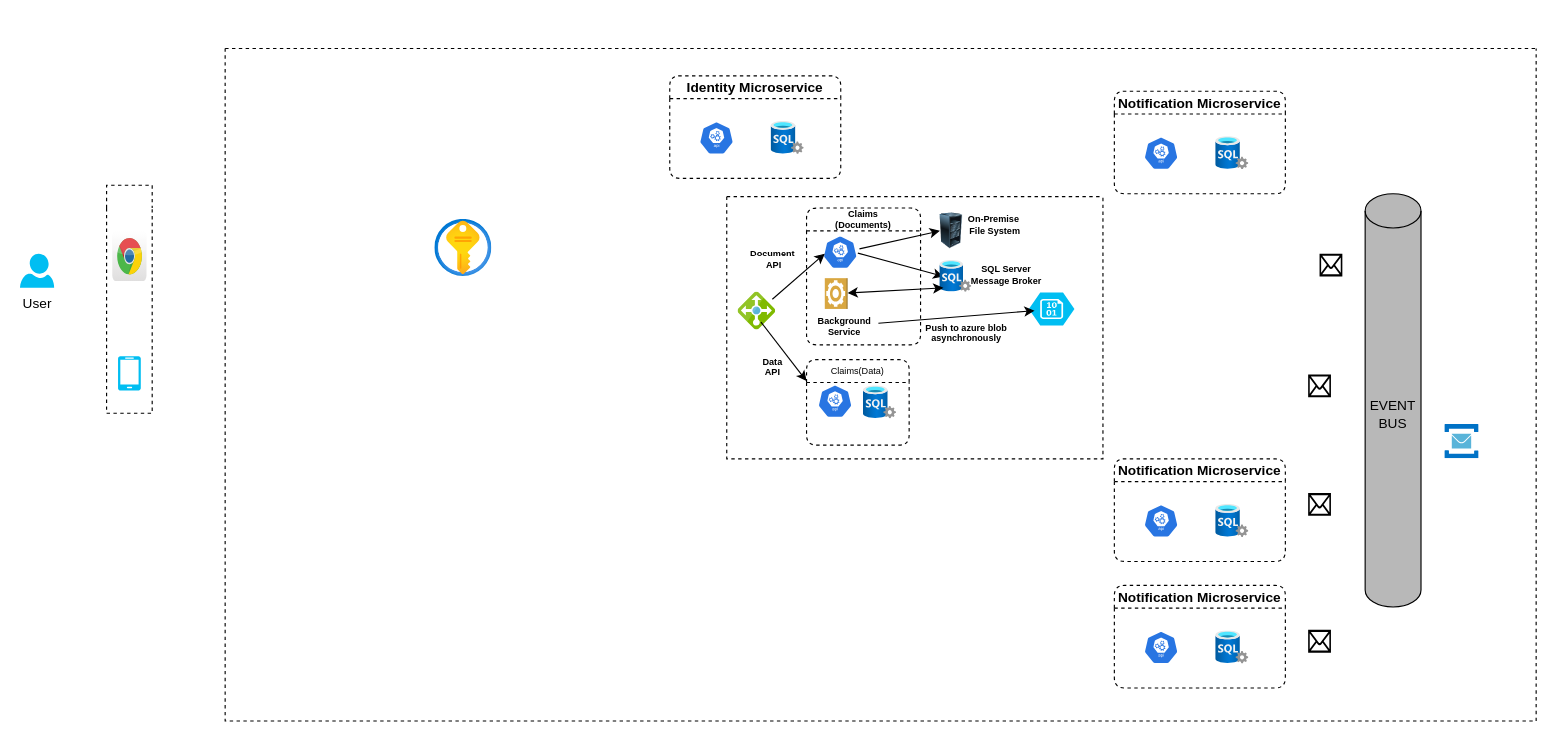
rahulpandey1589/solution-diagrams keeps this draw.io diagram as solution-diagram.drawio. Above is the earlier version. Source tidied: cells renumbered, new cells numbered last; positions are measured from the earlier drawing's top-left corner, leaving out a move shared by most shapes. Both pictures are drawn from the tidied source at 114%, with x=0, y=0 at pixel (19, 48).
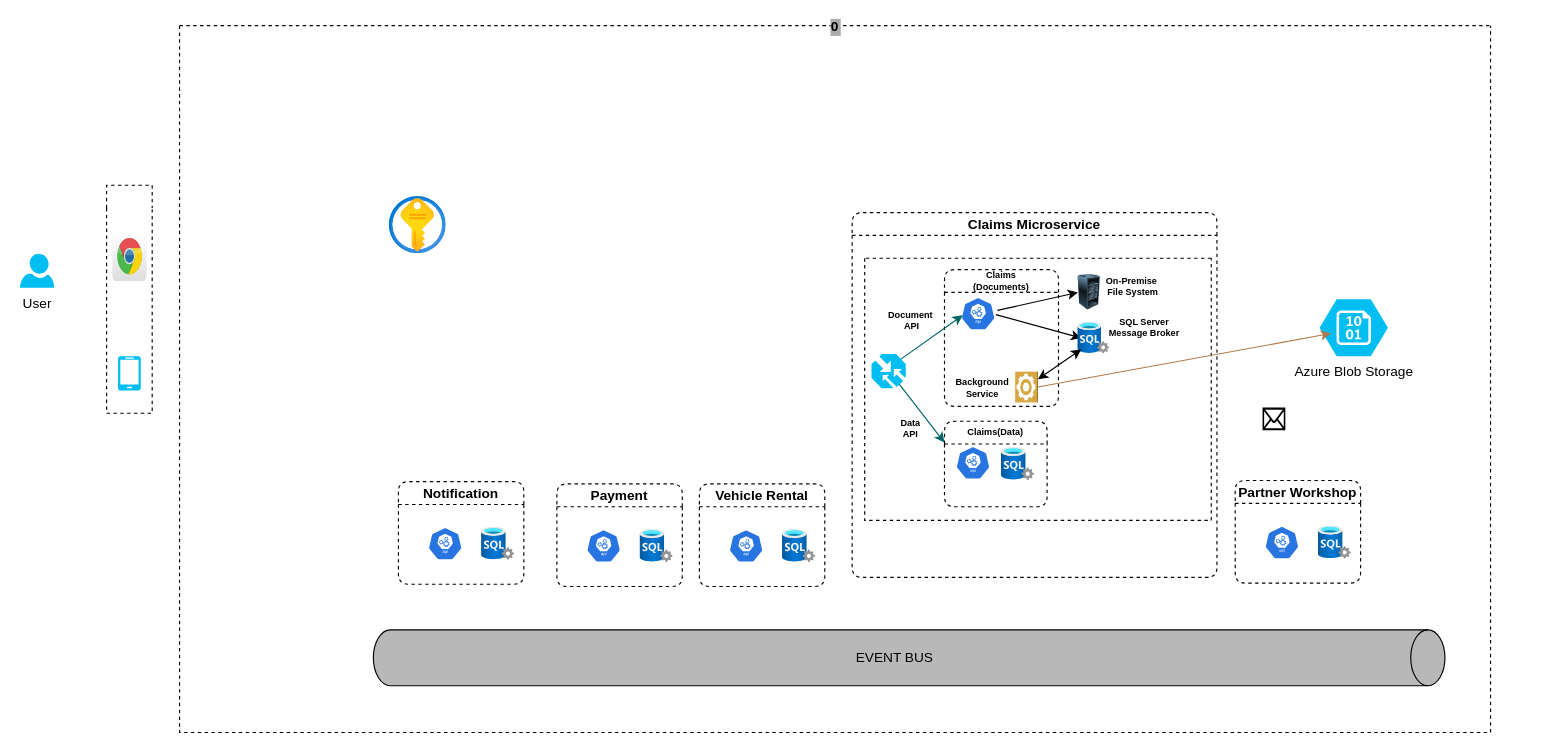
The same page after the edit.

Unchanged cells that the change refers to:
```xml
<mxCell id="29" value="Claims &#10;(Documents)" style="swimlane;startSize=20;glass=0;swimlaneLine=1;dashed=1;strokeWidth=1;swimlaneFillColor=none;rounded=1;shadow=0;sketch=0;swimlaneHead=1;horizontal=1;noLabel=0;fontStyle=1;fontSize=8;" parent="27" vertex="1">
  <mxGeometry x="70" y="10" width="100" height="120" as="geometry" />
</mxCell>
<mxCell id="31" value="Background&lt;br&gt;Service" style="text;html=1;align=center;verticalAlign=middle;points=[];strokeColor=none;fillColor=none;fontFamily=Helvetica;fontSize=8;fontStyle=1;" parent="29" vertex="1">
  <mxGeometry x="3" y="88.5" width="60" height="30" as="geometry" />
</mxCell>
```

What changed in the source:
```diff
@@
-    <mxCell id="6" style="swimlane;startSize=0;labelBackgroundColor=#ADADAD;fillColor=#969696;dashed=1;" parent="1" vertex="1">
-      <mxGeometry x="180" width="1150" height="590" as="geometry" />
+    <mxCell id="6" value="0" style="swimlane;startSize=0;labelBackgroundColor=#ADADAD;fillColor=#969696;dashed=1;" parent="1" vertex="1">
+      <mxGeometry x="140" y="-20" width="1150" height="620" as="geometry" />
     </mxCell>
-    <mxCell id="7" style="sketch=0;html=1;align=center;image;fontSize=12;image=img/lib/mscae/Service_Bus.svg;labelBackgroundColor=#ADADAD;fillColor=#969696;" parent="6" vertex="1">
-      <mxGeometry x="1070" y="330" width="30" height="30" as="geometry" />
-    </mxCell>
@@
-    <mxCell id="9" value="Identity Microservice" style="swimlane;startSize=20;glass=0;swimlaneLine=1;dashed=1;strokeWidth=1;swimlaneFillColor=none;rounded=1;shadow=0;sketch=0;swimlaneHead=1;horizontal=1;noLabel=0;" parent="6" vertex="1">
-      <mxGeometry x="390" y="24" width="150" height="90" as="geometry" />
-    </mxCell>
-    <mxCell id="10" style="sketch=0;html=1;dashed=0;whitespace=wrap;fillColor=#2875E2;strokeColor=#ffffff;shape=mxgraph.kubernetes.icon;prIcon=api;" parent="9" vertex="1">
-      <mxGeometry x="16" y="40" width="50" height="29" as="geometry" />
-    </mxCell>
-    <mxCell id="11" style="html=1;align=center;image;fontSize=12;image=img/lib/azure2/databases/SQL_Server.svg;" parent="9" vertex="1">
-      <mxGeometry x="89" y="40" width="29" height="29" as="geometry" />
-    </mxCell>
@@
-    <mxCell id="13" value="EVENT BUS" style="shape=cylinder3;whiteSpace=wrap;boundedLbl=1;backgroundOutline=1;size=15;fillColor=#B8B8B8;align=center;direction=east;labelPosition=center;verticalLabelPosition=middle;verticalAlign=middle;labelBackgroundColor=none;labelBorderColor=none;html=1;" parent="6" vertex="1">
-      <mxGeometry x="1000" y="127.5" width="49" height="362.5" as="geometry" />
+    <mxCell id="13" value="EVENT BUS" style="shape=cylinder3;whiteSpace=wrap;boundedLbl=1;backgroundOutline=1;size=15;fillColor=#B8B8B8;align=center;direction=south;labelPosition=center;verticalLabelPosition=middle;verticalAlign=middle;labelBackgroundColor=none;labelBorderColor=none;html=1;" parent="6" vertex="1">
+      <mxGeometry x="170" y="530" width="940" height="49" as="geometry" />
     </mxCell>
-    <mxCell id="14" value="Notification Microservice" style="swimlane;startSize=20;glass=0;swimlaneLine=1;dashed=1;strokeWidth=1;swimlaneFillColor=none;rounded=1;shadow=0;sketch=0;swimlaneHead=1;horizontal=1;noLabel=0;" parent="6" vertex="1">
-      <mxGeometry x="780" y="37.5" width="150" height="90" as="geometry" />
+    <mxCell id="14" value="Notification" style="swimlane;startSize=20;glass=0;swimlaneLine=1;dashed=1;strokeWidth=1;swimlaneFillColor=none;rounded=1;shadow=0;sketch=0;swimlaneHead=1;horizontal=1;noLabel=0;" parent="6" vertex="1">
+      <mxGeometry x="192" y="400" width="110" height="90" as="geometry" />
     </mxCell>
@@
     <mxCell id="16" style="html=1;align=center;image;fontSize=12;image=img/lib/azure2/databases/SQL_Server.svg;" parent="14" vertex="1">
-      <mxGeometry x="89" y="40" width="29" height="29" as="geometry" />
+      <mxGeometry x="73" y="40" width="29" height="29" as="geometry" />
     </mxCell>
-    <mxCell id="17" value="Notification Microservice" style="swimlane;startSize=20;glass=0;swimlaneLine=1;dashed=1;strokeWidth=1;swimlaneFillColor=none;rounded=1;shadow=0;sketch=0;swimlaneHead=1;horizontal=1;noLabel=0;" parent="6" vertex="1">
-      <mxGeometry x="780" y="360" width="150" height="90" as="geometry" />
-    </mxCell>
-    <mxCell id="18" style="sketch=0;html=1;dashed=0;whitespace=wrap;fillColor=#2875E2;strokeColor=#ffffff;shape=mxgraph.kubernetes.icon;prIcon=api;" parent="17" vertex="1">
-      <mxGeometry x="16" y="40" width="50" height="29" as="geometry" />
-    </mxCell>
-    <mxCell id="19" style="html=1;align=center;image;fontSize=12;image=img/lib/azure2/databases/SQL_Server.svg;" parent="17" vertex="1">
-      <mxGeometry x="89" y="40" width="29" height="29" as="geometry" />
-    </mxCell>
-    <mxCell id="20" value="Notification Microservice" style="swimlane;startSize=20;glass=0;swimlaneLine=1;dashed=1;strokeWidth=1;swimlaneFillColor=none;rounded=1;shadow=0;sketch=0;swimlaneHead=1;horizontal=1;noLabel=0;" parent="6" vertex="1">
-      <mxGeometry x="780" y="471" width="150" height="90" as="geometry" />
-    </mxCell>
-    <mxCell id="21" style="sketch=0;html=1;dashed=0;whitespace=wrap;fillColor=#2875E2;strokeColor=#ffffff;shape=mxgraph.kubernetes.icon;prIcon=api;" parent="20" vertex="1">
-      <mxGeometry x="16" y="40" width="50" height="29" as="geometry" />
-    </mxCell>
-    <mxCell id="22" style="html=1;align=center;image;fontSize=12;image=img/lib/azure2/databases/SQL_Server.svg;" parent="20" vertex="1">
-      <mxGeometry x="89" y="40" width="29" height="29" as="geometry" />
-    </mxCell>
-    <mxCell id="23" style="shape=mxgraph.signs.tech.mail;html=1;fillColor=#000000;strokeColor=none;verticalLabelPosition=bottom;verticalAlign=top;align=center;" parent="6" vertex="1">
-      <mxGeometry x="950" y="510" width="20" height="20" as="geometry" />
-    </mxCell>
     <mxCell id="24" style="shape=mxgraph.signs.tech.mail;html=1;fillColor=#000000;strokeColor=none;verticalLabelPosition=bottom;verticalAlign=top;align=center;" parent="6" vertex="1">
-      <mxGeometry x="960" y="180" width="20" height="20" as="geometry" />
+      <mxGeometry x="950" y="335" width="20" height="20" as="geometry" />
     </mxCell>
-    <mxCell id="25" style="shape=mxgraph.signs.tech.mail;html=1;fillColor=#000000;strokeColor=none;verticalLabelPosition=bottom;verticalAlign=top;align=center;" parent="6" vertex="1">
-      <mxGeometry x="950" y="286" width="20" height="20" as="geometry" />
-    </mxCell>
-    <mxCell id="26" style="shape=mxgraph.signs.tech.mail;html=1;fillColor=#000000;strokeColor=none;verticalLabelPosition=bottom;verticalAlign=top;align=center;" parent="6" vertex="1">
-      <mxGeometry x="950" y="390" width="20" height="20" as="geometry" />
-    </mxCell>
+    <mxCell id="38" value="Azure Blob Storage&lt;br&gt;" style="verticalLabelPosition=bottom;html=1;verticalAlign=top;align=center;strokeColor=none;fillColor=#00BEF2;shape=mxgraph.azure.storage_blob;fontFamily=Helvetica;" parent="6" vertex="1">
+      <mxGeometry x="1000" y="240" width="60" height="50" as="geometry" />
+    </mxCell>
+    <mxCell id="51" value="Claims Microservice" style="swimlane;startSize=20;glass=0;swimlaneLine=1;dashed=1;strokeWidth=1;swimlaneFillColor=none;rounded=1;shadow=0;sketch=0;swimlaneHead=1;horizontal=1;noLabel=0;" parent="6" vertex="1">
+      <mxGeometry x="590" y="164" width="320" height="320" as="geometry" />
+    </mxCell>
-    <mxCell id="27" style="swimlane;startSize=0;fontFamily=Helvetica;fontSize=8;html=1;backgroundOutline=0;dashed=1;" parent="6" vertex="1">
-      <mxGeometry x="440" y="130" width="330" height="230" as="geometry" />
+    <mxCell id="27" style="swimlane;startSize=0;fontFamily=Helvetica;fontSize=8;html=1;backgroundOutline=0;dashed=1;noLabel=1;rounded=1;swimlaneLine=1;shadow=0;" parent="51" vertex="1">
+      <mxGeometry x="11" y="40" width="304" height="230" as="geometry" />
     </mxCell>
-    <mxCell id="28" style="sketch=0;html=1;align=center;image;fontSize=12;image=img/lib/mscae/Load_Balancer_feature.svg;fontFamily=Helvetica;" parent="27" vertex="1">
-      <mxGeometry x="10" y="84" width="33" height="33" as="geometry" />
-    </mxCell>
@@
     <mxCell id="32" style="outlineConnect=0;dashed=0;verticalLabelPosition=bottom;verticalAlign=top;align=center;html=1;shape=mxgraph.aws3.worker;fillColor=#D9A741;gradientColor=none;fontFamily=Helvetica;direction=north;" parent="29" vertex="1">
-      <mxGeometry x="16" y="61.5" width="20" height="27" as="geometry" />
+      <mxGeometry x="62" y="89.5" width="20" height="27" as="geometry" />
     </mxCell>
@@
-    <mxCell id="34" style="endArrow=classic;html=1;rounded=0;fontFamily=Helvetica;fontSize=8;" parent="29" edge="1">
+    <mxCell id="34" style="endArrow=classic;html=1;rounded=0;fontFamily=Helvetica;fontSize=8;exitX=0.86;exitY=0.15;exitDx=0;exitDy=0;exitPerimeter=0;fillColor=#dae8fc;strokeColor=#006666;" parent="29" edge="1" source="52">
       <mxGeometry relative="1" as="geometry">
-        <mxPoint x="-30" y="80" as="sourcePoint" />
         <mxPoint x="16" y="40" as="targetPoint" />
       </mxGeometry>
     </mxCell>
-    <mxCell id="35" value="Claims(Data)" style="swimlane;startSize=20;glass=0;swimlaneLine=1;dashed=1;strokeWidth=1;swimlaneFillColor=none;rounded=1;shadow=0;sketch=0;swimlaneHead=1;horizontal=1;noLabel=0;fontStyle=0;fontSize=8;" parent="27" vertex="1">
+    <mxCell id="35" value="Claims(Data)" style="swimlane;startSize=20;glass=0;swimlaneLine=1;dashed=1;strokeWidth=1;swimlaneFillColor=none;rounded=1;shadow=0;sketch=0;swimlaneHead=1;horizontal=1;noLabel=0;fontStyle=1;fontSize=8;" parent="27" vertex="1">
       <mxGeometry x="70" y="143" width="90" height="75" as="geometry" />
     </mxCell>
@@
-    <mxCell id="38" style="verticalLabelPosition=bottom;html=1;verticalAlign=top;align=center;strokeColor=none;fillColor=#00BEF2;shape=mxgraph.azure.storage_blob;fontFamily=Helvetica;" parent="27" vertex="1">
-      <mxGeometry x="265" y="84" width="40" height="29" as="geometry" />
-    </mxCell>
@@
     <mxCell id="43" value="SQL Server &lt;br&gt;Message Broker" style="text;html=1;align=center;verticalAlign=middle;strokeColor=none;fillColor=none;fontFamily=Helvetica;fontSize=8;fontStyle=1;" parent="27" vertex="1">
-      <mxGeometry x="205" y="54" width="80" height="30" as="geometry" />
+      <mxGeometry x="205" y="46" width="80" height="30" as="geometry" />
     </mxCell>
@@
-    <mxCell id="45" style="endArrow=classic;html=1;rounded=0;fontFamily=Helvetica;fontSize=8;" parent="27" edge="1" source="31">
-      <mxGeometry relative="1" as="geometry">
-        <mxPoint x="270" y="100" as="targetPoint" />
-      </mxGeometry>
-    </mxCell>
-    <mxCell id="46" value="&lt;br&gt;Push to azure blob&lt;br&gt;asynchronously" style="text;html=1;align=center;verticalAlign=middle;strokeColor=none;fillColor=none;fontFamily=Helvetica;fontSize=8;fontStyle=1;" parent="27" vertex="1">
-      <mxGeometry x="165" y="95" width="90" height="40" as="geometry" />
-    </mxCell>
-    <mxCell id="47" style="endArrow=classic;html=1;rounded=0;fontFamily=Helvetica;fontSize=8;entryX=0;entryY=0.25;entryDx=0;entryDy=0;" parent="27" edge="1" target="35">
+    <mxCell id="47" style="endArrow=classic;html=1;rounded=0;fontFamily=Helvetica;fontSize=8;entryX=0;entryY=0.25;entryDx=0;entryDy=0;strokeColor=#006666;" parent="27" edge="1" target="35">
       <mxGeometry relative="1" as="geometry">
         <mxPoint x="30" y="110" as="sourcePoint" />
       </mxGeometry>
     </mxCell>
@@
+    <mxCell id="52" style="verticalLabelPosition=bottom;html=1;verticalAlign=top;align=center;strokeColor=none;fillColor=#00BEF2;shape=mxgraph.azure.traffic_manager;dashed=1;fontFamily=Helvetica;fontSize=8;" parent="27" vertex="1">
+      <mxGeometry x="6" y="84" width="30" height="30" as="geometry" />
+    </mxCell>
+    <mxCell id="53" style="endArrow=classic;html=1;rounded=0;fontFamily=Helvetica;fontSize=8;strokeColor=#AD7B4C;exitX=0.5;exitY=1;exitDx=0;exitDy=0;exitPerimeter=0;" parent="6" edge="1" source="32">
+      <mxGeometry relative="1" as="geometry">
+        <mxPoint x="1010" y="270" as="targetPoint" />
+      </mxGeometry>
+    </mxCell>
@@
+    <mxCell id="54" value="Payment" style="swimlane;startSize=20;glass=0;swimlaneLine=1;dashed=1;strokeWidth=1;swimlaneFillColor=none;rounded=1;shadow=0;sketch=0;swimlaneHead=1;horizontal=1;noLabel=0;" parent="1" vertex="1">
+      <mxGeometry x="471" y="382" width="110" height="90" as="geometry" />
+    </mxCell>
+    <mxCell id="55" style="sketch=0;html=1;dashed=0;whitespace=wrap;fillColor=#2875E2;strokeColor=#ffffff;shape=mxgraph.kubernetes.icon;prIcon=api;" parent="54" vertex="1">
+      <mxGeometry x="16" y="40" width="50" height="29" as="geometry" />
+    </mxCell>
+    <mxCell id="56" style="html=1;align=center;image;fontSize=12;image=img/lib/azure2/databases/SQL_Server.svg;" parent="54" vertex="1">
+      <mxGeometry x="73" y="40" width="29" height="29" as="geometry" />
+    </mxCell>
+    <mxCell id="57" value="Vehicle Rental" style="swimlane;startSize=20;glass=0;swimlaneLine=1;dashed=1;strokeWidth=1;swimlaneFillColor=none;rounded=1;shadow=0;sketch=0;swimlaneHead=1;horizontal=1;noLabel=0;" parent="1" vertex="1">
+      <mxGeometry x="596" y="382" width="110" height="90" as="geometry" />
+    </mxCell>
+    <mxCell id="58" style="sketch=0;html=1;dashed=0;whitespace=wrap;fillColor=#2875E2;strokeColor=#ffffff;shape=mxgraph.kubernetes.icon;prIcon=api;" parent="57" vertex="1">
+      <mxGeometry x="16" y="40" width="50" height="29" as="geometry" />
+    </mxCell>
+    <mxCell id="59" style="html=1;align=center;image;fontSize=12;image=img/lib/azure2/databases/SQL_Server.svg;" parent="57" vertex="1">
+      <mxGeometry x="73" y="40" width="29" height="29" as="geometry" />
+    </mxCell>
+    <mxCell id="60" value="Partner Workshop" style="swimlane;startSize=20;glass=0;swimlaneLine=1;dashed=1;strokeWidth=1;swimlaneFillColor=none;rounded=1;shadow=0;sketch=0;swimlaneHead=1;horizontal=1;noLabel=0;" parent="1" vertex="1">
+      <mxGeometry x="1066" y="379" width="110" height="90" as="geometry" />
+    </mxCell>
+    <mxCell id="61" style="sketch=0;html=1;dashed=0;whitespace=wrap;fillColor=#2875E2;strokeColor=#ffffff;shape=mxgraph.kubernetes.icon;prIcon=api;" parent="60" vertex="1">
+      <mxGeometry x="16" y="40" width="50" height="29" as="geometry" />
+    </mxCell>
+    <mxCell id="62" style="html=1;align=center;image;fontSize=12;image=img/lib/azure2/databases/SQL_Server.svg;" parent="60" vertex="1">
+      <mxGeometry x="73" y="40" width="29" height="29" as="geometry" />
+    </mxCell>
```
